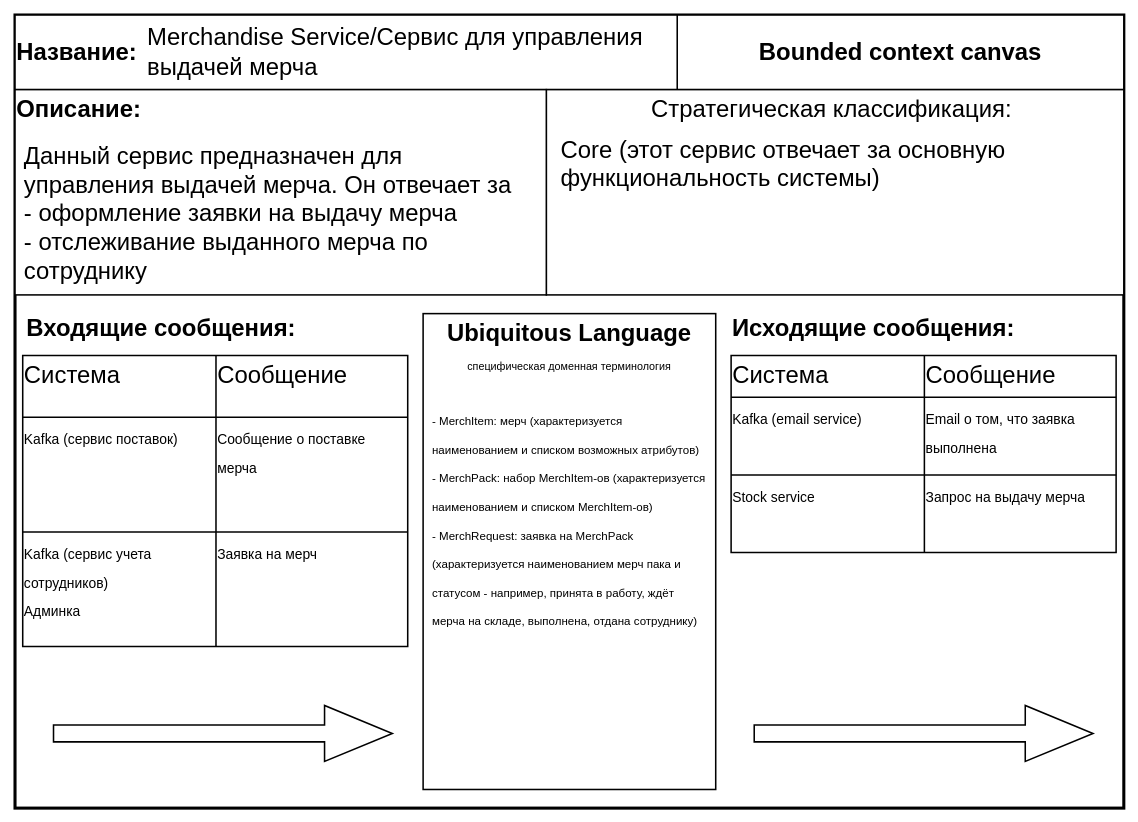
Above: Bounded Context Canvas Template.drawio in routeCsharp256/mlitvinova (draw.io), before the change. Source tidied: cells renumbered, new cells numbered last; positions are measured from the earlier drawing's top-left corner, leaving out a move shared by most shapes. Both pictures are drawn from the tidied source at 77%, with x=0, y=0 at pixel (15, 15).
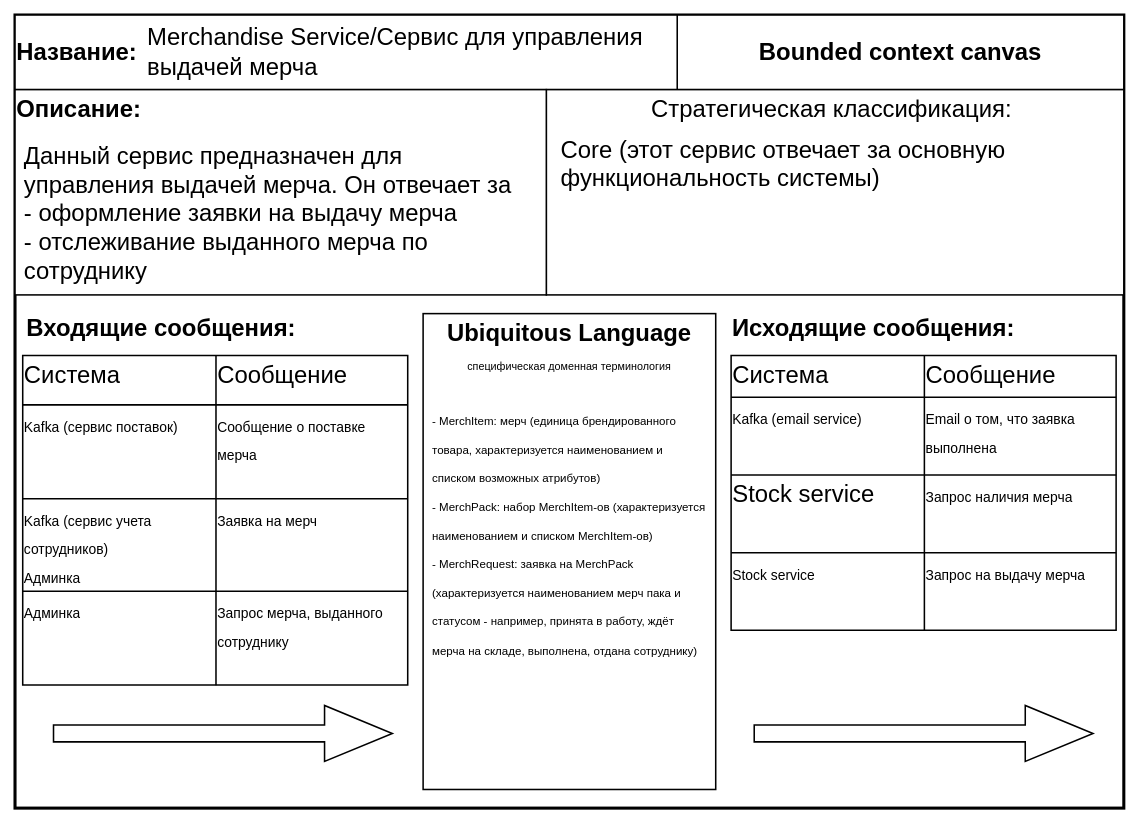
The same diagram, later.

Commit message:
fix bounded context picture

Unchanged cells that the change refers to:
```xml
<mxCell id="2" style="group;" parent="1" vertex="1">
  <mxGeometry width="1440" height="1030" as="geometry" />
</mxCell>
<mxCell id="3" style="group;" parent="2" vertex="1">
  <mxGeometry width="1440" height="1030" as="geometry" />
</mxCell>
```

Change to the diagram source:
```diff
@@
     <mxCell id="9" style="shape=table;html=1;whiteSpace=wrap;startSize=0;childLayout=tableLayout;rounded=0;shadow=0;glass=0;sketch=0;fontSize=31;strokeColor=default;strokeWidth=2;align=left;verticalAlign=top;" parent="3" vertex="1">
-      <mxGeometry x="10" y="442.3" width="500" height="377.7" as="geometry" />
+      <mxGeometry x="10" y="442.3" width="500" height="427.7" as="geometry" />
     </mxCell>
     <mxCell id="10" style="shape=partialRectangle;html=1;whiteSpace=wrap;fillColor=none;top=0;left=0;bottom=0;right=0;rounded=0;shadow=0;glass=0;sketch=0;fontSize=31;strokeColor=default;strokeWidth=2;align=left;verticalAlign=top;" parent="9" vertex="1">
-      <mxGeometry width="500" height="80" as="geometry" />
+      <mxGeometry width="500" height="64" as="geometry" />
     </mxCell>
     <mxCell id="11" value="Система" style="shape=partialRectangle;html=1;whiteSpace=wrap;fillColor=none;top=0;left=0;bottom=0;right=0;overflow=hidden;rounded=0;shadow=0;glass=0;sketch=0;fontSize=31;strokeColor=default;strokeWidth=2;align=left;verticalAlign=top;" parent="10" vertex="1">
-      <mxGeometry width="251" height="80" as="geometry" />
+      <mxGeometry width="251" height="64" as="geometry" />
     </mxCell>
     <mxCell id="12" value="Сообщение" style="shape=partialRectangle;html=1;whiteSpace=wrap;fillColor=none;top=0;left=0;bottom=0;right=0;overflow=hidden;rounded=0;shadow=0;glass=0;sketch=0;fontSize=31;strokeColor=default;strokeWidth=2;align=left;verticalAlign=top;" parent="10" vertex="1">
-      <mxGeometry x="251" width="249" height="80" as="geometry" />
+      <mxGeometry x="251" width="249" height="64" as="geometry" />
     </mxCell>
     <mxCell id="13" style="shape=partialRectangle;html=1;whiteSpace=wrap;fillColor=none;top=0;left=0;bottom=0;right=0;rounded=0;shadow=0;glass=0;sketch=0;fontSize=31;strokeColor=default;strokeWidth=2;align=left;verticalAlign=top;" parent="9" vertex="1">
-      <mxGeometry y="80" width="500" height="149" as="geometry" />
+      <mxGeometry y="64" width="500" height="122" as="geometry" />
     </mxCell>
     <mxCell id="14" value="&lt;font style=&quot;font-size: 18px&quot;&gt;Kafka (сервис поставок)&lt;/font&gt;" style="shape=partialRectangle;html=1;whiteSpace=wrap;fillColor=none;top=0;left=0;bottom=0;right=0;overflow=hidden;rounded=0;shadow=0;glass=0;sketch=0;fontSize=31;strokeColor=default;strokeWidth=2;align=left;verticalAlign=top;" parent="13" vertex="1">
-      <mxGeometry width="251" height="149" as="geometry" />
+      <mxGeometry width="251" height="122" as="geometry" />
     </mxCell>
     <mxCell id="15" value="&lt;font style=&quot;font-size: 18px&quot;&gt;Сообщение о поставке мерча&lt;/font&gt;" style="shape=partialRectangle;html=1;whiteSpace=wrap;fillColor=none;top=0;left=0;bottom=0;right=0;overflow=hidden;rounded=0;shadow=0;glass=0;sketch=0;fontSize=31;strokeColor=default;strokeWidth=2;align=left;verticalAlign=top;" parent="13" vertex="1">
-      <mxGeometry x="251" width="249" height="149" as="geometry" />
+      <mxGeometry x="251" width="249" height="122" as="geometry" />
     </mxCell>
     <mxCell id="16" style="shape=partialRectangle;html=1;whiteSpace=wrap;fillColor=none;top=0;left=0;bottom=0;right=0;rounded=0;shadow=0;glass=0;sketch=0;fontSize=31;strokeColor=default;strokeWidth=2;align=left;verticalAlign=top;" parent="9" vertex="1">
-      <mxGeometry y="229" width="500" height="149" as="geometry" />
+      <mxGeometry y="186" width="500" height="120" as="geometry" />
     </mxCell>
     <mxCell id="17" value="&lt;font style=&quot;font-size: 18px&quot;&gt;Kafka (сервис учета сотрудников)&lt;br&gt;Админка&lt;br&gt;&lt;/font&gt;" style="shape=partialRectangle;html=1;whiteSpace=wrap;fillColor=none;top=0;left=0;bottom=0;right=0;overflow=hidden;rounded=0;shadow=0;glass=0;sketch=0;fontSize=31;strokeColor=default;strokeWidth=2;align=left;verticalAlign=top;" parent="16" vertex="1">
-      <mxGeometry width="251" height="149" as="geometry" />
+      <mxGeometry width="251" height="120" as="geometry" />
     </mxCell>
     <mxCell id="18" value="&lt;font style=&quot;font-size: 18px&quot;&gt;Заявка на мерч&lt;/font&gt;" style="shape=partialRectangle;html=1;whiteSpace=wrap;fillColor=none;top=0;left=0;bottom=0;right=0;overflow=hidden;rounded=0;shadow=0;glass=0;sketch=0;fontSize=31;strokeColor=default;strokeWidth=2;align=left;verticalAlign=top;" parent="16" vertex="1">
-      <mxGeometry x="251" width="249" height="149" as="geometry" />
+      <mxGeometry x="251" width="249" height="120" as="geometry" />
     </mxCell>
+    <mxCell id="43" style="shape=partialRectangle;html=1;whiteSpace=wrap;fillColor=none;top=0;left=0;bottom=0;right=0;rounded=0;shadow=0;glass=0;sketch=0;fontSize=31;strokeColor=default;strokeWidth=2;align=left;verticalAlign=top;" parent="9" vertex="1">
+      <mxGeometry y="306" width="500" height="122" as="geometry" />
+    </mxCell>
+    <mxCell id="44" value="&lt;font style=&quot;font-size: 18px&quot;&gt;Админка&lt;/font&gt;" style="shape=partialRectangle;html=1;whiteSpace=wrap;fillColor=none;top=0;left=0;bottom=0;right=0;overflow=hidden;rounded=0;shadow=0;glass=0;sketch=0;fontSize=31;strokeColor=default;strokeWidth=2;align=left;verticalAlign=top;" parent="43" vertex="1">
+      <mxGeometry width="251" height="122" as="geometry" />
+    </mxCell>
+    <mxCell id="45" value="&lt;font style=&quot;font-size: 18px&quot;&gt;Запрос мерча, выданного сотруднику&lt;/font&gt;" style="shape=partialRectangle;html=1;whiteSpace=wrap;fillColor=none;top=0;left=0;bottom=0;right=0;overflow=hidden;rounded=0;shadow=0;glass=0;sketch=0;fontSize=31;strokeColor=default;strokeWidth=2;align=left;verticalAlign=top;" parent="43" vertex="1">
+      <mxGeometry x="251" width="249" height="122" as="geometry" />
+    </mxCell>
     <mxCell id="19" style="shape=table;html=1;whiteSpace=wrap;startSize=0;childLayout=tableLayout;rounded=0;shadow=0;glass=0;sketch=0;fontSize=31;strokeColor=default;strokeWidth=2;align=left;verticalAlign=top;" parent="3" vertex="1">
-      <mxGeometry x="930" y="442.3" width="500" height="255.7" as="geometry" />
+      <mxGeometry x="930" y="442.3" width="500" height="356.7" as="geometry" />
     </mxCell>
@@
+    <mxCell id="46" style="shape=partialRectangle;html=1;whiteSpace=wrap;fillColor=none;top=0;left=0;bottom=0;right=0;rounded=0;shadow=0;glass=0;sketch=0;fontSize=31;strokeColor=default;strokeWidth=2;align=left;verticalAlign=top;" parent="19" vertex="1">
+      <mxGeometry y="155" width="500" height="101" as="geometry" />
+    </mxCell>
+    <mxCell id="47" value="Stock service" style="shape=partialRectangle;html=1;whiteSpace=wrap;fillColor=none;top=0;left=0;bottom=0;right=0;overflow=hidden;rounded=0;shadow=0;glass=0;sketch=0;fontSize=31;strokeColor=default;strokeWidth=2;align=left;verticalAlign=top;" parent="46" vertex="1">
+      <mxGeometry width="251" height="101" as="geometry" />
+    </mxCell>
+    <mxCell id="48" value="&lt;font style=&quot;font-size: 18px&quot;&gt;Запрос наличия мерча&lt;/font&gt;" style="shape=partialRectangle;html=1;whiteSpace=wrap;fillColor=none;top=0;left=0;bottom=0;right=0;overflow=hidden;rounded=0;shadow=0;glass=0;sketch=0;fontSize=31;strokeColor=default;strokeWidth=2;align=left;verticalAlign=top;" parent="46" vertex="1">
+      <mxGeometry x="251" width="249" height="101" as="geometry" />
+    </mxCell>
     <mxCell id="26" style="shape=partialRectangle;html=1;whiteSpace=wrap;fillColor=none;top=0;left=0;bottom=0;right=0;rounded=0;shadow=0;glass=0;sketch=0;fontSize=31;strokeColor=default;strokeWidth=2;align=left;verticalAlign=top;" parent="19" vertex="1">
-      <mxGeometry y="155" width="500" height="101" as="geometry" />
+      <mxGeometry y="256" width="500" height="101" as="geometry" />
     </mxCell>
@@
-    <mxCell id="42" value="&lt;span style=&quot;font-size: 15px&quot;&gt;- MerchItem: мерч (характеризуется наименованием и списком возможных атрибутов)&lt;br&gt;- MerchPack: набор MerchItem-ов (характеризуется наименованием и списком MerchItem-ов)&lt;br&gt;- MerchRequest: заявка на MerchPack (характеризуется наименованием мерч пака и статусом - например, принята в работу, ждёт мерча на складе, выполнена, отдана сотруднику)&lt;br&gt;&lt;/span&gt;" style="text;html=1;strokeColor=none;fillColor=none;align=left;verticalAlign=top;whiteSpace=wrap;rounded=0;shadow=0;glass=0;sketch=0;fontSize=31;" parent="2" vertex="1">
+    <mxCell id="42" value="&lt;span style=&quot;font-size: 15px&quot;&gt;- MerchItem: мерч (единица брендированного товара, характеризуется наименованием и списком возможных атрибутов)&lt;br&gt;- MerchPack: набор MerchItem-ов (характеризуется наименованием и списком MerchItem-ов)&lt;br&gt;- MerchRequest: заявка на MerchPack (характеризуется наименованием мерч пака и статусом - например, принята в работу, ждёт мерча на складе, выполнена, отдана сотруднику)&lt;br&gt;&lt;/span&gt;" style="text;html=1;strokeColor=none;fillColor=none;align=left;verticalAlign=top;whiteSpace=wrap;rounded=0;shadow=0;glass=0;sketch=0;fontSize=31;" parent="2" vertex="1">
       <mxGeometry x="540" y="496.8" width="360" height="353.2" as="geometry" />
     </mxCell>
```
